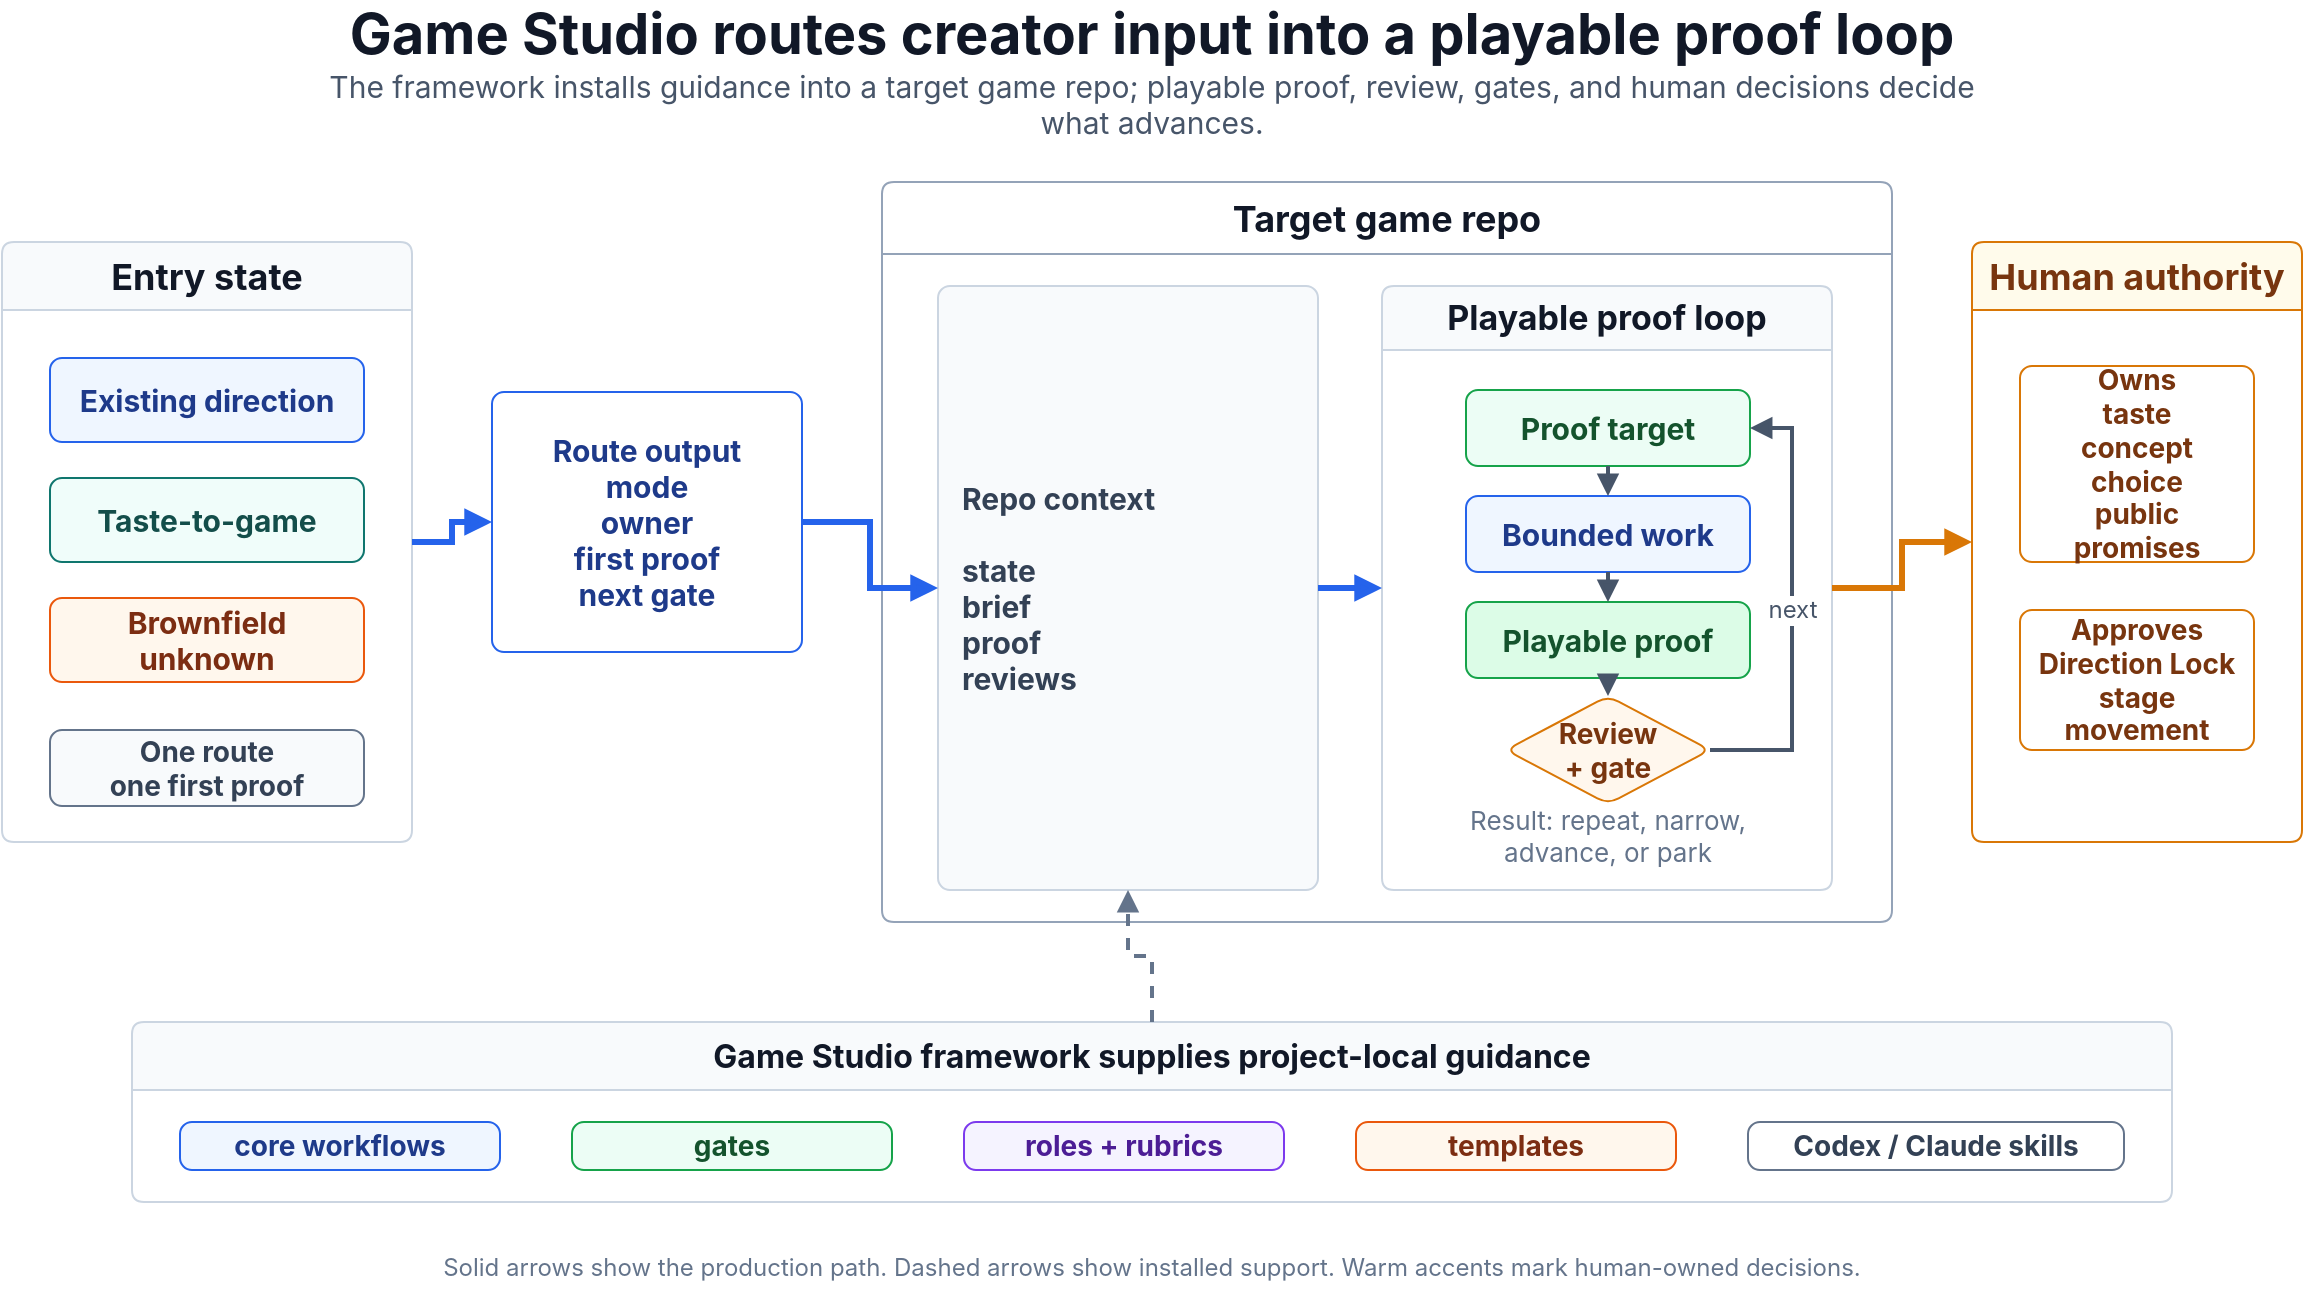
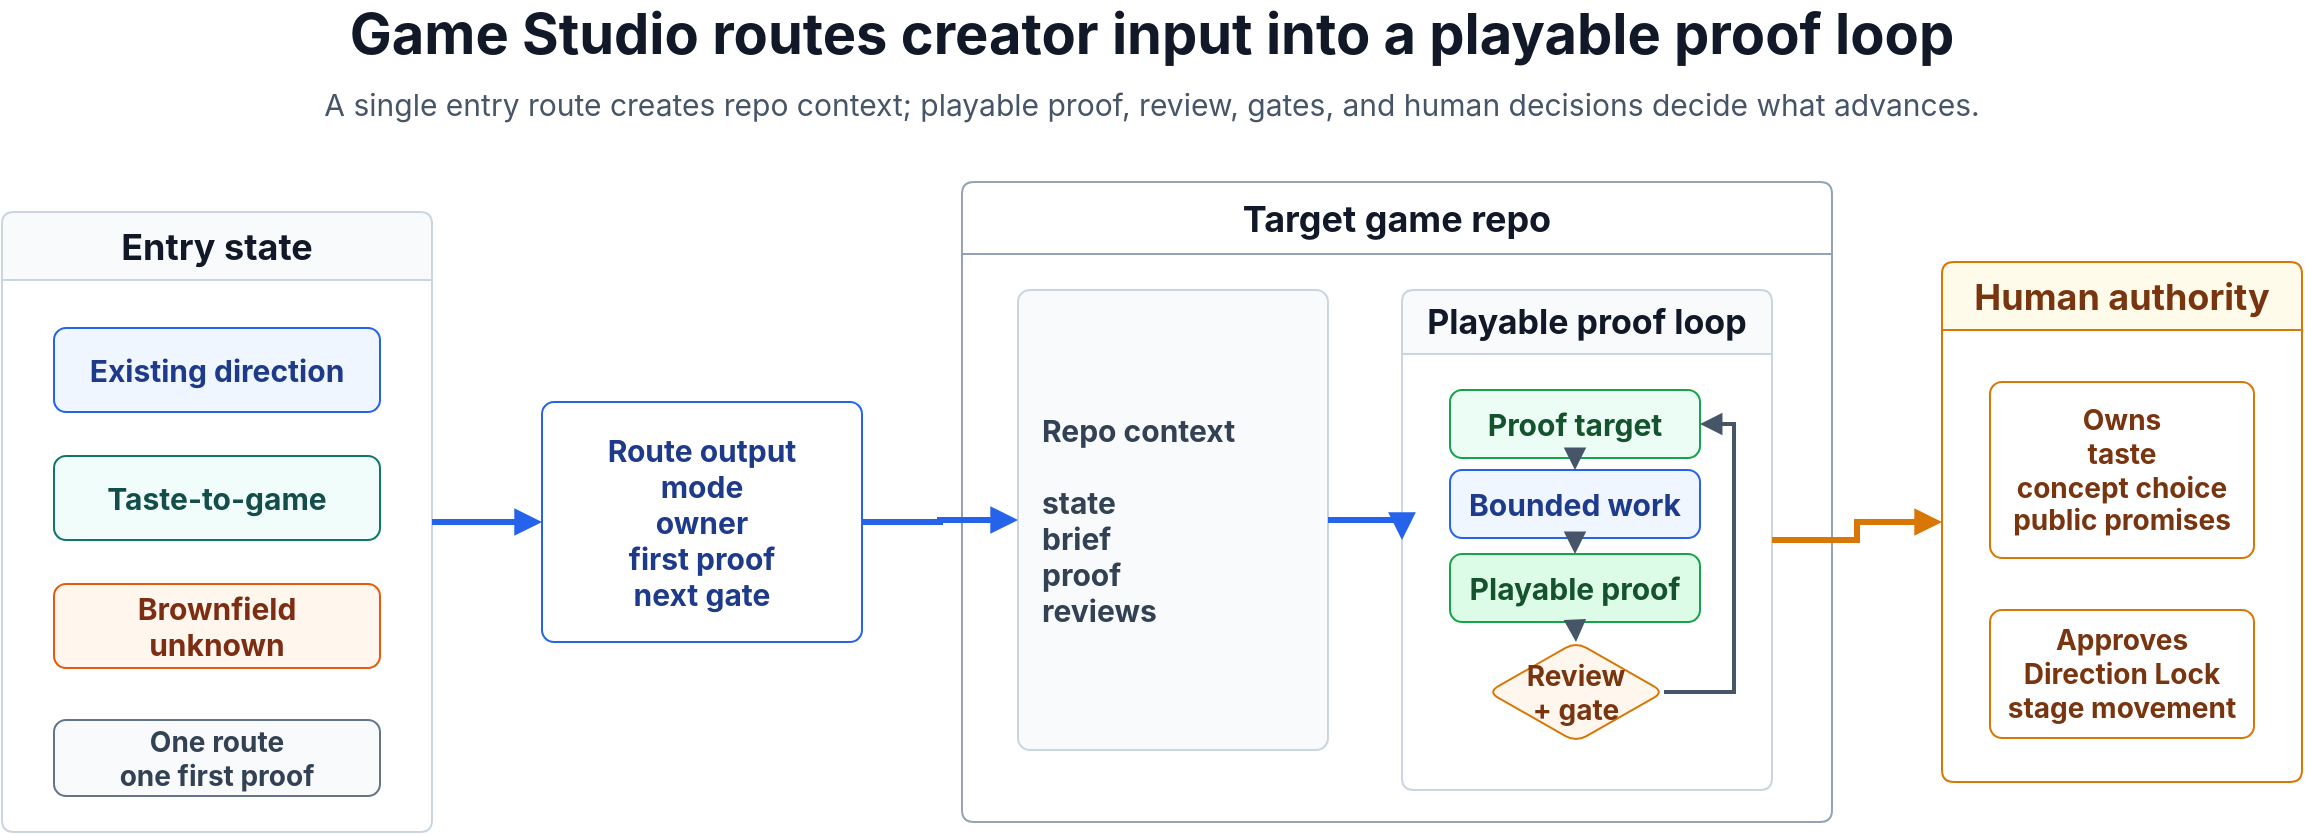
<mxfile host="app.diagrams.net" modified="2026-05-05T00:00:00.000Z" agent="Codex" version="24.7.17" type="device">
  <diagram id="game-studio-system-map" name="Game Studio system map">
-     <mxGraphModel dx="1240" dy="690" grid="1" gridSize="10" guides="1" tooltips="1" connect="1" arrows="1" fold="1" page="1" pageScale="1" pageWidth="1240" pageHeight="690" math="0" shadow="0" adaptiveColors="auto">
+     <mxGraphModel dx="1240" dy="520" grid="1" gridSize="10" guides="1" tooltips="1" connect="1" arrows="1" fold="1" page="1" pageScale="1" pageWidth="1240" pageHeight="520" math="0" shadow="0" adaptiveColors="auto">
      <root>
        <mxCell id="0" />
        <mxCell id="1" parent="0" />
        <mxCell id="title" value="Game Studio routes creator input into a playable proof loop" style="text;html=1;fontFamily=Inter,Helvetica,Arial;strokeColor=none;fillColor=none;align=center;verticalAlign=middle;whiteSpace=wrap;rounded=0;fontSize=28;fontStyle=1;fontColor=#111827;" vertex="1" parent="1">
          <mxGeometry x="80" y="24" width="1080" height="34" as="geometry" />
        </mxCell>
-         <mxCell id="subtitle" value="The framework installs guidance into a target game repo; playable proof, review, gates, and human decisions decide what advances." style="text;html=1;fontFamily=Inter,Helvetica,Arial;strokeColor=none;fillColor=none;align=center;verticalAlign=middle;whiteSpace=wrap;rounded=0;fontSize=15;fontColor=#475569;" vertex="1" parent="1">
+         <mxCell id="subtitle" value="A single entry route creates repo context; playable proof, review, gates, and human decisions decide what advances." style="text;html=1;fontFamily=Inter,Helvetica,Arial;strokeColor=none;fillColor=none;align=center;verticalAlign=middle;whiteSpace=wrap;rounded=0;fontSize=15;fontColor=#475569;" vertex="1" parent="1">
          <mxGeometry x="190" y="62" width="860" height="28" as="geometry" />
        </mxCell>
        <mxCell id="entry-zone" value="Entry state" style="swimlane;html=1;fontFamily=Inter,Helvetica,Arial;rounded=1;absoluteArcSize=1;arcSize=12;spacing=8;startSize=34;whiteSpace=wrap;container=1;collapsible=0;recursiveResize=0;fillColor=#F8FAFC;strokeColor=#CBD5E1;fontStyle=1;fontSize=18;fontColor=#111827;" vertex="1" parent="1">
-           <mxGeometry x="45" y="145" width="205" height="300" as="geometry" />
+           <mxGeometry x="45" y="130" width="215" height="310" as="geometry" />
        </mxCell>
-         <mxCell id="entry-direction" value="Existing direction" style="rounded=1;absoluteArcSize=1;arcSize=12;whiteSpace=wrap;html=1;fontFamily=Inter,Helvetica,Arial;spacing=8;fillColor=#EFF6FF;strokeColor=#2563EB;fontColor=#1E3A8A;fontSize=15;fontStyle=1;" vertex="1" parent="entry-zone">
-           <mxGeometry x="24" y="58" width="157" height="42" as="geometry" />
+         <mxCell id="entry-direction" value="Existing direction" style="rounded=1;absoluteArcSize=1;arcSize=12;whiteSpace=wrap;fontFamily=Inter,Helvetica,Arial;spacing=8;fillColor=#EFF6FF;strokeColor=#2563EB;fontColor=#1E3A8A;fontSize=15;fontStyle=1;html=1;" vertex="1" parent="entry-zone">
+           <mxGeometry x="26" y="58" width="163" height="42" as="geometry" />
        </mxCell>
-         <mxCell id="entry-taste" value="Taste-to-game" style="rounded=1;absoluteArcSize=1;arcSize=12;whiteSpace=wrap;html=1;fontFamily=Inter,Helvetica,Arial;spacing=8;fillColor=#F0FDFA;strokeColor=#0F766E;fontColor=#134E4A;fontSize=15;fontStyle=1;" vertex="1" parent="entry-zone">
-           <mxGeometry x="24" y="118" width="157" height="42" as="geometry" />
+         <mxCell id="entry-taste" value="Taste-to-game" style="rounded=1;absoluteArcSize=1;arcSize=12;whiteSpace=wrap;fontFamily=Inter,Helvetica,Arial;spacing=8;fillColor=#F0FDFA;strokeColor=#0F766E;fontColor=#134E4A;fontSize=15;fontStyle=1;html=1;" vertex="1" parent="entry-zone">
+           <mxGeometry x="26" y="122" width="163" height="42" as="geometry" />
        </mxCell>
-         <mxCell id="entry-brownfield" value="Brownfield unknown" style="rounded=1;absoluteArcSize=1;arcSize=12;whiteSpace=wrap;html=1;fontFamily=Inter,Helvetica,Arial;spacing=8;fillColor=#FFF7ED;strokeColor=#EA580C;fontColor=#7C2D12;fontSize=15;fontStyle=1;" vertex="1" parent="entry-zone">
-           <mxGeometry x="24" y="178" width="157" height="42" as="geometry" />
+         <mxCell id="entry-brownfield" value="Brownfield unknown" style="rounded=1;absoluteArcSize=1;arcSize=12;whiteSpace=wrap;fontFamily=Inter,Helvetica,Arial;spacing=8;fillColor=#FFF7ED;strokeColor=#EA580C;fontColor=#7C2D12;fontSize=15;fontStyle=1;html=1;" vertex="1" parent="entry-zone">
+           <mxGeometry x="26" y="186" width="163" height="42" as="geometry" />
        </mxCell>
-         <mxCell id="entry-note" value="One route&#xa;one first proof" style="rounded=1;absoluteArcSize=1;arcSize=12;whiteSpace=wrap;html=1;fontFamily=Inter,Helvetica,Arial;spacing=8;fillColor=#F8FAFC;strokeColor=#64748B;fontColor=#334155;fontSize=14;fontStyle=1;align=center;" vertex="1" parent="entry-zone">
-           <mxGeometry x="24" y="244" width="157" height="38" as="geometry" />
+         <mxCell id="entry-note" value="One route&#xa;one first proof" style="rounded=1;absoluteArcSize=1;arcSize=12;whiteSpace=wrap;fontFamily=Inter,Helvetica,Arial;spacing=8;fillColor=#F8FAFC;strokeColor=#64748B;fontColor=#334155;fontSize=14;fontStyle=1;align=center;html=1;" vertex="1" parent="entry-zone">
+           <mxGeometry x="26" y="254" width="163" height="38" as="geometry" />
        </mxCell>
-         <mxCell id="route-card" value="Route output&#xa;mode&#xa;owner&#xa;first proof&#xa;next gate" style="rounded=1;absoluteArcSize=1;arcSize=12;whiteSpace=wrap;html=1;fontFamily=Inter,Helvetica,Arial;spacing=10;fillColor=#FFFFFF;strokeColor=#2563EB;fontColor=#1E3A8A;fontSize=15;fontStyle=1;align=center;verticalAlign=middle;" vertex="1" parent="1">
-           <mxGeometry x="290" y="220" width="155" height="130" as="geometry" />
+         <mxCell id="route-card" value="Route output&#xa;mode&#xa;owner&#xa;first proof&#xa;next gate" style="rounded=1;absoluteArcSize=1;arcSize=12;whiteSpace=wrap;fontFamily=Inter,Helvetica,Arial;spacing=10;fillColor=#FFFFFF;strokeColor=#2563EB;fontColor=#1E3A8A;fontSize=15;fontStyle=1;align=center;verticalAlign=middle;html=1;" vertex="1" parent="1">
+           <mxGeometry x="315" y="225" width="160" height="120" as="geometry" />
        </mxCell>
        <mxCell id="repo-zone" value="Target game repo" style="swimlane;html=1;fontFamily=Inter,Helvetica,Arial;rounded=1;absoluteArcSize=1;arcSize=12;spacing=8;startSize=36;whiteSpace=wrap;container=1;collapsible=0;recursiveResize=0;fillColor=#FFFFFF;strokeColor=#94A3B8;fontStyle=1;fontSize=18;fontColor=#111827;" vertex="1" parent="1">
-           <mxGeometry x="485" y="115" width="505" height="370" as="geometry" />
+           <mxGeometry x="525" y="115" width="435" height="320" as="geometry" />
        </mxCell>
-         <mxCell id="context-card" value="Repo context&#xa;&#xa;state&#xa;brief&#xa;proof&#xa;reviews" style="rounded=1;absoluteArcSize=1;arcSize=12;whiteSpace=wrap;html=1;fontFamily=Inter,Helvetica,Arial;spacing=12;fillColor=#F8FAFC;strokeColor=#CBD5E1;fontColor=#334155;fontSize=15;align=left;verticalAlign=middle;fontStyle=1;" vertex="1" parent="repo-zone">
-           <mxGeometry x="28" y="52" width="190" height="302" as="geometry" />
+         <mxCell id="context-card" value="Repo context&#xa;&#xa;state&#xa;brief&#xa;proof&#xa;reviews" style="rounded=1;absoluteArcSize=1;arcSize=12;whiteSpace=wrap;fontFamily=Inter,Helvetica,Arial;spacing=12;fillColor=#F8FAFC;strokeColor=#CBD5E1;fontColor=#334155;fontSize=15;align=left;verticalAlign=middle;fontStyle=1;html=1;" vertex="1" parent="repo-zone">
+           <mxGeometry x="28" y="54" width="155" height="230" as="geometry" />
        </mxCell>
        <mxCell id="loop-zone" value="Playable proof loop" style="swimlane;html=1;fontFamily=Inter,Helvetica,Arial;rounded=1;absoluteArcSize=1;arcSize=12;spacing=8;startSize=32;whiteSpace=wrap;container=1;collapsible=0;recursiveResize=0;fillColor=#F8FAFC;strokeColor=#CBD5E1;fontStyle=1;fontSize=17;fontColor=#111827;" vertex="1" parent="repo-zone">
-           <mxGeometry x="250" y="52" width="225" height="302" as="geometry" />
+           <mxGeometry x="220" y="54" width="185" height="250" as="geometry" />
        </mxCell>
-         <mxCell id="loop-target" value="Proof target" style="rounded=1;absoluteArcSize=1;arcSize=12;whiteSpace=wrap;html=1;fontFamily=Inter,Helvetica,Arial;spacing=8;fillColor=#ECFDF5;strokeColor=#16A34A;fontColor=#14532D;fontSize=15;fontStyle=1;align=center;" vertex="1" parent="loop-zone">
-           <mxGeometry x="42" y="52" width="142" height="38" as="geometry" />
+         <mxCell id="loop-target" value="Proof target" style="rounded=1;absoluteArcSize=1;arcSize=12;whiteSpace=wrap;fontFamily=Inter,Helvetica,Arial;spacing=8;fillColor=#ECFDF5;strokeColor=#16A34A;fontColor=#14532D;fontSize=15;fontStyle=1;align=center;html=1;" vertex="1" parent="loop-zone">
+           <mxGeometry x="24" y="50" width="125" height="34" as="geometry" />
        </mxCell>
-         <mxCell id="loop-work" value="Bounded work" style="rounded=1;absoluteArcSize=1;arcSize=12;whiteSpace=wrap;html=1;fontFamily=Inter,Helvetica,Arial;spacing=8;fillColor=#EFF6FF;strokeColor=#2563EB;fontColor=#1E3A8A;fontSize=15;fontStyle=1;align=center;" vertex="1" parent="loop-zone">
-           <mxGeometry x="42" y="105" width="142" height="38" as="geometry" />
+         <mxCell id="loop-work" value="Bounded work" style="rounded=1;absoluteArcSize=1;arcSize=12;whiteSpace=wrap;fontFamily=Inter,Helvetica,Arial;spacing=8;fillColor=#EFF6FF;strokeColor=#2563EB;fontColor=#1E3A8A;fontSize=15;fontStyle=1;align=center;html=1;" vertex="1" parent="loop-zone">
+           <mxGeometry x="24" y="90" width="125" height="34" as="geometry" />
        </mxCell>
-         <mxCell id="loop-proof" value="Playable proof" style="rounded=1;absoluteArcSize=1;arcSize=12;whiteSpace=wrap;html=1;fontFamily=Inter,Helvetica,Arial;spacing=8;fillColor=#DCFCE7;strokeColor=#16A34A;fontColor=#14532D;fontSize=15;fontStyle=1;align=center;" vertex="1" parent="loop-zone">
-           <mxGeometry x="42" y="158" width="142" height="38" as="geometry" />
+         <mxCell id="loop-proof" value="Playable proof" style="rounded=1;absoluteArcSize=1;arcSize=12;whiteSpace=wrap;fontFamily=Inter,Helvetica,Arial;spacing=8;fillColor=#DCFCE7;strokeColor=#16A34A;fontColor=#14532D;fontSize=15;fontStyle=1;align=center;html=1;" vertex="1" parent="loop-zone">
+           <mxGeometry x="24" y="132" width="125" height="34" as="geometry" />
        </mxCell>
-         <mxCell id="loop-review" value="Review&#xa;+ gate" style="rhombus;rounded=1;absoluteArcSize=1;arcSize=12;whiteSpace=wrap;html=1;fontFamily=Inter,Helvetica,Arial;spacing=8;fillColor=#FFF7ED;strokeColor=#D97706;fontColor=#78350F;fontSize=14;fontStyle=1;align=center;" vertex="1" parent="loop-zone">
-           <mxGeometry x="62" y="205" width="102" height="54" as="geometry" />
-         </mxCell>
-         <mxCell id="loop-caption" value="Result: repeat, narrow, advance, or park" style="text;html=1;fontFamily=Inter,Helvetica,Arial;strokeColor=none;fillColor=none;align=center;verticalAlign=middle;whiteSpace=wrap;rounded=0;fontSize=13;fontColor=#64748B;" vertex="1" parent="loop-zone">
-           <mxGeometry x="26" y="266" width="174" height="18" as="geometry" />
+         <mxCell id="loop-review" value="Review&#xa;+ gate" style="rhombus;rounded=1;absoluteArcSize=1;arcSize=12;whiteSpace=wrap;fontFamily=Inter,Helvetica,Arial;spacing=8;fillColor=#FFF7ED;strokeColor=#D97706;fontColor=#78350F;fontSize=14;fontStyle=1;align=center;html=1;" vertex="1" parent="loop-zone">
+           <mxGeometry x="43" y="176" width="88" height="50" as="geometry" />
        </mxCell>
        <mxCell id="human-zone" value="Human authority" style="swimlane;html=1;fontFamily=Inter,Helvetica,Arial;rounded=1;absoluteArcSize=1;arcSize=12;spacing=8;startSize=34;whiteSpace=wrap;container=1;collapsible=0;recursiveResize=0;fillColor=#FFFBEB;strokeColor=#D97706;fontStyle=1;fontSize=18;fontColor=#78350F;" vertex="1" parent="1">
-           <mxGeometry x="1030" y="145" width="165" height="300" as="geometry" />
+           <mxGeometry x="1015" y="155" width="180" height="260" as="geometry" />
        </mxCell>
-         <mxCell id="human-owns" value="Owns&#xa;taste&#xa;concept choice&#xa;public promises" style="rounded=1;absoluteArcSize=1;arcSize=12;whiteSpace=wrap;html=1;fontFamily=Inter,Helvetica,Arial;spacing=8;fillColor=#FFFFFF;strokeColor=#D97706;fontColor=#78350F;fontSize=14;fontStyle=1;align=center;" vertex="1" parent="human-zone">
-           <mxGeometry x="24" y="62" width="117" height="98" as="geometry" />
+         <mxCell id="human-owns" value="Owns&#xa;taste&#xa;concept choice&#xa;public promises" style="rounded=1;absoluteArcSize=1;arcSize=12;whiteSpace=wrap;fontFamily=Inter,Helvetica,Arial;spacing=8;fillColor=#FFFFFF;strokeColor=#D97706;fontColor=#78350F;fontSize=14;fontStyle=1;align=center;html=1;" vertex="1" parent="human-zone">
+           <mxGeometry x="24" y="60" width="132" height="88" as="geometry" />
        </mxCell>
-         <mxCell id="human-stage" value="Approves&#xa;Direction Lock&#xa;stage movement" style="rounded=1;absoluteArcSize=1;arcSize=12;whiteSpace=wrap;html=1;fontFamily=Inter,Helvetica,Arial;spacing=8;fillColor=#FFFFFF;strokeColor=#D97706;fontColor=#78350F;fontSize=14;fontStyle=1;align=center;" vertex="1" parent="human-zone">
-           <mxGeometry x="24" y="184" width="117" height="70" as="geometry" />
+         <mxCell id="human-stage" value="Approves&#xa;Direction Lock&#xa;stage movement" style="rounded=1;absoluteArcSize=1;arcSize=12;whiteSpace=wrap;fontFamily=Inter,Helvetica,Arial;spacing=8;fillColor=#FFFFFF;strokeColor=#D97706;fontColor=#78350F;fontSize=14;fontStyle=1;align=center;html=1;" vertex="1" parent="human-zone">
+           <mxGeometry x="24" y="174" width="132" height="64" as="geometry" />
        </mxCell>
-         <mxCell id="framework-zone" value="Game Studio framework supplies project-local guidance" style="swimlane;html=1;fontFamily=Inter,Helvetica,Arial;rounded=1;absoluteArcSize=1;arcSize=12;spacing=8;startSize=34;whiteSpace=wrap;container=1;collapsible=0;recursiveResize=0;fillColor=#F8FAFC;strokeColor=#CBD5E1;fontStyle=1;fontSize=16;fontColor=#111827;" vertex="1" parent="1">
-           <mxGeometry x="110" y="535" width="1020" height="90" as="geometry" />
-         </mxCell>
-         <mxCell id="framework-workflows" value="core workflows" style="rounded=1;absoluteArcSize=1;arcSize=12;whiteSpace=wrap;html=1;fontFamily=Inter,Helvetica,Arial;spacing=8;fillColor=#EFF6FF;strokeColor=#2563EB;fontColor=#1E3A8A;fontSize=14;fontStyle=1;align=center;" vertex="1" parent="framework-zone">
-           <mxGeometry x="24" y="50" width="160" height="24" as="geometry" />
-         </mxCell>
-         <mxCell id="framework-gates" value="gates" style="rounded=1;absoluteArcSize=1;arcSize=12;whiteSpace=wrap;html=1;fontFamily=Inter,Helvetica,Arial;spacing=8;fillColor=#ECFDF5;strokeColor=#16A34A;fontColor=#14532D;fontSize=14;fontStyle=1;align=center;" vertex="1" parent="framework-zone">
-           <mxGeometry x="220" y="50" width="160" height="24" as="geometry" />
-         </mxCell>
-         <mxCell id="framework-roles" value="roles + rubrics" style="rounded=1;absoluteArcSize=1;arcSize=12;whiteSpace=wrap;html=1;fontFamily=Inter,Helvetica,Arial;spacing=8;fillColor=#F5F3FF;strokeColor=#7C3AED;fontColor=#4C1D95;fontSize=14;fontStyle=1;align=center;" vertex="1" parent="framework-zone">
-           <mxGeometry x="416" y="50" width="160" height="24" as="geometry" />
-         </mxCell>
-         <mxCell id="framework-templates" value="templates" style="rounded=1;absoluteArcSize=1;arcSize=12;whiteSpace=wrap;html=1;fontFamily=Inter,Helvetica,Arial;spacing=8;fillColor=#FFF7ED;strokeColor=#EA580C;fontColor=#7C2D12;fontSize=14;fontStyle=1;align=center;" vertex="1" parent="framework-zone">
-           <mxGeometry x="612" y="50" width="160" height="24" as="geometry" />
-         </mxCell>
-         <mxCell id="framework-skills" value="Codex / Claude skills" style="rounded=1;absoluteArcSize=1;arcSize=12;whiteSpace=wrap;html=1;fontFamily=Inter,Helvetica,Arial;spacing=8;fillColor=#FFFFFF;strokeColor=#64748B;fontColor=#334155;fontSize=14;fontStyle=1;align=center;" vertex="1" parent="framework-zone">
-           <mxGeometry x="808" y="50" width="188" height="24" as="geometry" />
-         </mxCell>
-         <mxCell id="legend" value="Solid arrows show the production path. Dashed arrows show installed support. Warm accents mark human-owned decisions." style="text;html=1;fontFamily=Inter,Helvetica,Arial;strokeColor=none;fillColor=none;align=center;verticalAlign=middle;whiteSpace=wrap;rounded=0;fontSize=12;fontColor=#64748B;" vertex="1" parent="1">
-           <mxGeometry x="235" y="646" width="770" height="24" as="geometry" />
-         </mxCell>
-         <mxCell id="entry-to-route" value="" style="edgeStyle=orthogonalEdgeStyle;rounded=0;orthogonalLoop=1;jettySize=auto;html=1;fontFamily=Inter,Helvetica,Arial;strokeColor=#2563EB;strokeWidth=3;fontColor=#1D4ED8;fontSize=13;endArrow=block;endFill=1;" edge="1" parent="1" source="entry-zone" target="route-card">
+         <mxCell id="entry-to-route" value="" style="edgeStyle=orthogonalEdgeStyle;rounded=0;orthogonalLoop=1;jettySize=auto;fontFamily=Inter,Helvetica,Arial;strokeColor=#2563EB;strokeWidth=3;fontColor=#1D4ED8;fontSize=13;endArrow=block;endFill=1;exitX=1;exitY=0.5;entryX=0;entryY=0.5;html=1;" edge="1" parent="1" source="entry-zone" target="route-card">
          <mxGeometry relative="1" as="geometry" />
        </mxCell>
-         <mxCell id="route-to-context" value="" style="edgeStyle=orthogonalEdgeStyle;rounded=0;orthogonalLoop=1;jettySize=auto;html=1;fontFamily=Inter,Helvetica,Arial;strokeColor=#2563EB;strokeWidth=3;fontColor=#1D4ED8;fontSize=13;endArrow=block;endFill=1;" edge="1" parent="1" source="route-card" target="context-card">
+         <mxCell id="route-to-context" value="" style="edgeStyle=orthogonalEdgeStyle;rounded=0;orthogonalLoop=1;jettySize=auto;fontFamily=Inter,Helvetica,Arial;strokeColor=#2563EB;strokeWidth=3;fontColor=#1D4ED8;fontSize=13;endArrow=block;endFill=1;exitX=1;exitY=0.5;entryX=0;entryY=0.5;html=1;" edge="1" parent="1" source="route-card" target="context-card">
          <mxGeometry relative="1" as="geometry" />
        </mxCell>
-         <mxCell id="context-to-loop" value="" style="edgeStyle=orthogonalEdgeStyle;rounded=0;orthogonalLoop=1;jettySize=auto;html=1;fontFamily=Inter,Helvetica,Arial;strokeColor=#2563EB;strokeWidth=3;fontColor=#1D4ED8;fontSize=13;endArrow=block;endFill=1;" edge="1" parent="repo-zone" source="context-card" target="loop-zone">
+         <mxCell id="context-to-loop" value="" style="edgeStyle=orthogonalEdgeStyle;rounded=0;orthogonalLoop=1;jettySize=auto;fontFamily=Inter,Helvetica,Arial;strokeColor=#2563EB;strokeWidth=3;fontColor=#1D4ED8;fontSize=13;endArrow=block;endFill=1;exitX=1;exitY=0.5;entryX=0;entryY=0.5;html=1;" edge="1" parent="repo-zone" source="context-card" target="loop-zone">
          <mxGeometry relative="1" as="geometry" />
        </mxCell>
-         <mxCell id="loop-to-human" value="" style="edgeStyle=orthogonalEdgeStyle;rounded=0;orthogonalLoop=1;jettySize=auto;html=1;fontFamily=Inter,Helvetica,Arial;strokeColor=#D97706;strokeWidth=3;fontColor=#92400E;fontSize=13;endArrow=block;endFill=1;" edge="1" parent="1" source="loop-zone" target="human-zone">
+         <mxCell id="loop-to-human" value="" style="edgeStyle=orthogonalEdgeStyle;rounded=0;orthogonalLoop=1;jettySize=auto;fontFamily=Inter,Helvetica,Arial;strokeColor=#D97706;strokeWidth=3;fontColor=#92400E;fontSize=13;endArrow=block;endFill=1;exitX=1;exitY=0.5;entryX=0;entryY=0.5;html=1;" edge="1" parent="1" source="loop-zone" target="human-zone">
          <mxGeometry relative="1" as="geometry" />
        </mxCell>
-         <mxCell id="framework-to-context" value="" style="edgeStyle=orthogonalEdgeStyle;rounded=0;orthogonalLoop=1;jettySize=auto;html=1;fontFamily=Inter,Helvetica,Arial;strokeColor=#64748B;strokeWidth=2;fontColor=#475569;fontSize=11;endArrow=block;endFill=1;dashed=1;" edge="1" parent="1" source="framework-zone" target="context-card">
+         <mxCell id="edge-loop-target-work" value="" style="edgeStyle=orthogonalEdgeStyle;rounded=0;orthogonalLoop=1;jettySize=auto;fontFamily=Inter,Helvetica,Arial;strokeColor=#475569;strokeWidth=2;endArrow=block;endFill=1;exitX=0.5;exitY=1;entryX=0.5;entryY=0;html=1;" edge="1" parent="loop-zone" source="loop-target" target="loop-work">
          <mxGeometry relative="1" as="geometry" />
        </mxCell>
-         <mxCell id="edge-loop-target-work" value="" style="edgeStyle=orthogonalEdgeStyle;rounded=0;orthogonalLoop=1;jettySize=auto;html=1;fontFamily=Inter,Helvetica,Arial;strokeColor=#475569;strokeWidth=2;endArrow=block;endFill=1;exitX=0.5;exitY=1;entryX=0.5;entryY=0;" edge="1" parent="loop-zone" source="loop-target" target="loop-work">
+         <mxCell id="edge-loop-work-proof" value="" style="edgeStyle=orthogonalEdgeStyle;rounded=0;orthogonalLoop=1;jettySize=auto;fontFamily=Inter,Helvetica,Arial;strokeColor=#475569;strokeWidth=2;endArrow=block;endFill=1;exitX=0.5;exitY=1;entryX=0.5;entryY=0;html=1;" edge="1" parent="loop-zone" source="loop-work" target="loop-proof">
          <mxGeometry relative="1" as="geometry" />
        </mxCell>
-         <mxCell id="edge-loop-work-proof" value="" style="edgeStyle=orthogonalEdgeStyle;rounded=0;orthogonalLoop=1;jettySize=auto;html=1;fontFamily=Inter,Helvetica,Arial;strokeColor=#475569;strokeWidth=2;endArrow=block;endFill=1;exitX=0.5;exitY=1;entryX=0.5;entryY=0;" edge="1" parent="loop-zone" source="loop-work" target="loop-proof">
+         <mxCell id="edge-loop-proof-review" value="" style="edgeStyle=orthogonalEdgeStyle;rounded=0;orthogonalLoop=1;jettySize=auto;fontFamily=Inter,Helvetica,Arial;strokeColor=#475569;strokeWidth=2;endArrow=block;endFill=1;exitX=0.5;exitY=1;entryX=0.5;entryY=0;html=1;" edge="1" parent="loop-zone" source="loop-proof" target="loop-review">
          <mxGeometry relative="1" as="geometry" />
        </mxCell>
-         <mxCell id="edge-loop-proof-review" value="" style="edgeStyle=orthogonalEdgeStyle;rounded=0;orthogonalLoop=1;jettySize=auto;html=1;fontFamily=Inter,Helvetica,Arial;strokeColor=#475569;strokeWidth=2;endArrow=block;endFill=1;exitX=0.5;exitY=1;entryX=0.5;entryY=0;" edge="1" parent="loop-zone" source="loop-proof" target="loop-review">
-           <mxGeometry relative="1" as="geometry" />
-         </mxCell>
-         <mxCell id="edge-loop-review-target" value="next" style="edgeStyle=orthogonalEdgeStyle;rounded=0;orthogonalLoop=1;jettySize=auto;html=1;fontFamily=Inter,Helvetica,Arial;strokeColor=#475569;strokeWidth=2;fontColor=#475569;fontSize=12;endArrow=block;endFill=1;exitX=1;exitY=0.5;entryX=1;entryY=0.5;" edge="1" parent="loop-zone" source="loop-review" target="loop-target">
+         <mxCell id="edge-loop-review-target" value="" style="edgeStyle=orthogonalEdgeStyle;rounded=0;orthogonalLoop=1;jettySize=auto;fontFamily=Inter,Helvetica,Arial;strokeColor=#475569;strokeWidth=2;fontColor=#475569;fontSize=12;endArrow=block;endFill=1;exitX=1;exitY=0.5;entryX=1;entryY=0.5;html=1;" edge="1" parent="loop-zone" source="loop-review" target="loop-target">
          <mxGeometry relative="1" as="geometry">
            <Array as="points">
-               <mxPoint x="205" y="232" />
-               <mxPoint x="205" y="71" />
+               <mxPoint x="166" y="201" />
+               <mxPoint x="166" y="67" />
            </Array>
          </mxGeometry>
        </mxCell>
      </root>
    </mxGraphModel>
  </diagram>
</mxfile>
